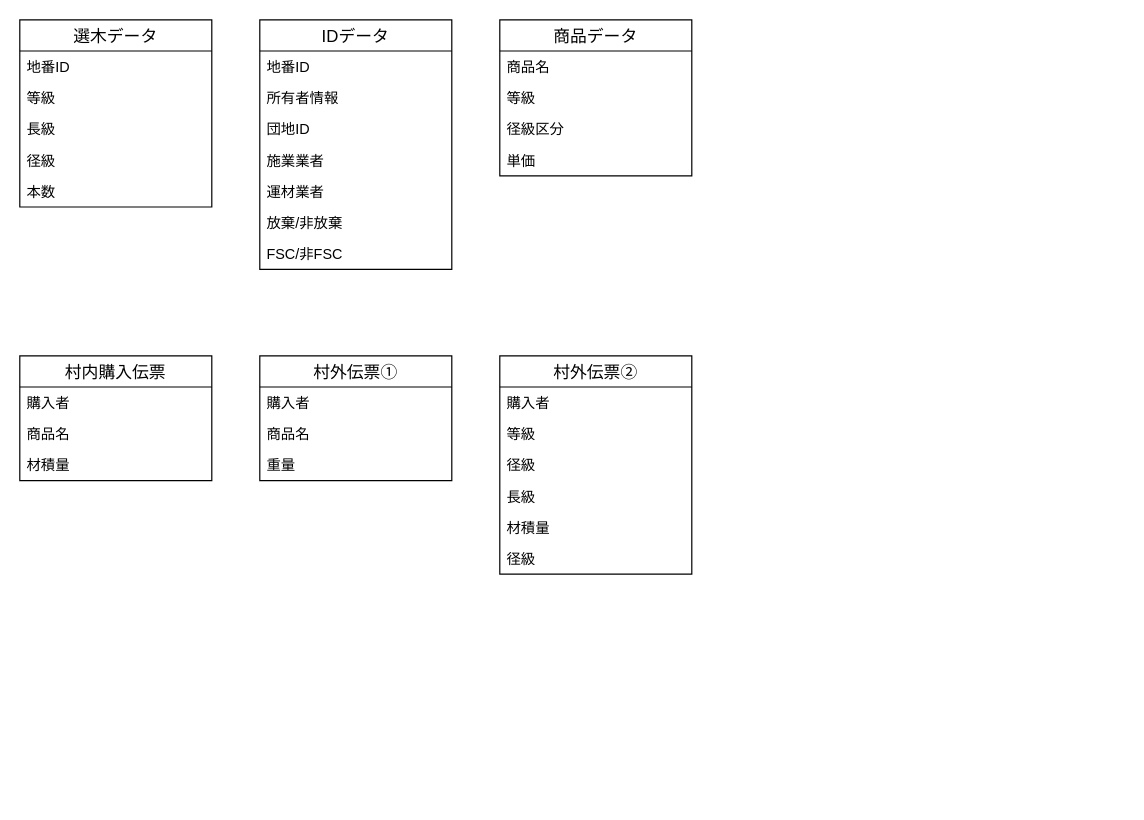
Earlier version of the draw.io diagram Untitled Diagram.drawio (tabatasunao/monthlyreports). Source tidied: cells renumbered, new cells numbered last; positions are measured from the earlier drawing's top-left corner, leaving out a move shared by most shapes. Both pictures are drawn from the tidied source at 120%, with x=0, y=0 at pixel (19, 19).
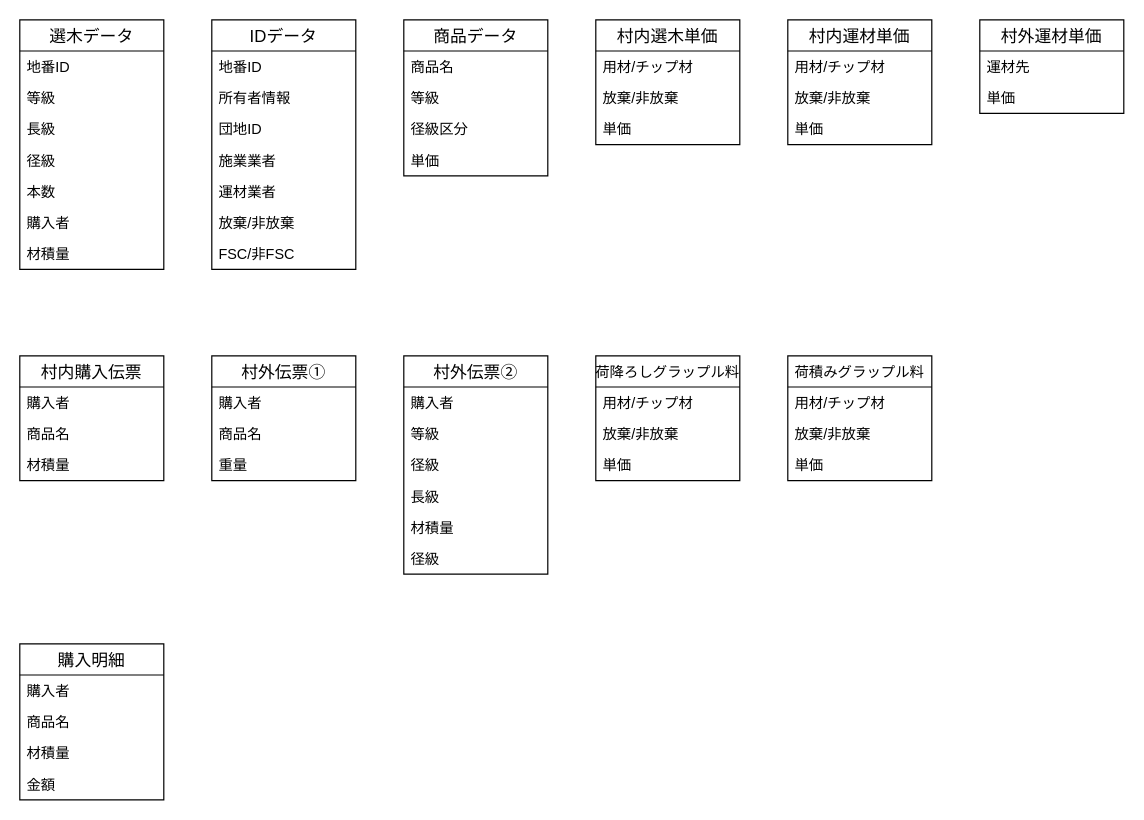
The same page after the edit.

Diff of the diagram source:
```diff
@@
     <mxCell id="2" value="選木データ" style="swimlane;fontStyle=0;horizontal=1;startSize=26;align=center;fontSize=14;" parent="1" vertex="1">
-      <mxGeometry width="160" height="156" as="geometry" />
+      <mxGeometry width="120" height="208" as="geometry" />
     </mxCell>
     <mxCell id="3" value="地番ID" style="text;strokeColor=none;fillColor=none;spacingLeft=4;spacingRight=4;overflow=hidden;fontSize=12;" parent="2" vertex="1">
-      <mxGeometry y="26" width="160" height="26" as="geometry" />
+      <mxGeometry y="26" width="120" height="26" as="geometry" />
     </mxCell>
     <mxCell id="4" value="等級" style="text;strokeColor=none;fillColor=none;spacingLeft=4;spacingRight=4;overflow=hidden;fontSize=12;" parent="2" vertex="1">
-      <mxGeometry y="52" width="160" height="26" as="geometry" />
+      <mxGeometry y="52" width="120" height="26" as="geometry" />
     </mxCell>
     <mxCell id="5" value="長級" style="text;strokeColor=none;fillColor=none;spacingLeft=4;spacingRight=4;overflow=hidden;fontSize=12;" parent="2" vertex="1">
-      <mxGeometry y="78" width="160" height="26" as="geometry" />
+      <mxGeometry y="78" width="120" height="26" as="geometry" />
     </mxCell>
     <mxCell id="6" value="径級" style="text;strokeColor=none;fillColor=none;spacingLeft=4;spacingRight=4;overflow=hidden;fontSize=12;" parent="2" vertex="1">
-      <mxGeometry y="104" width="160" height="26" as="geometry" />
+      <mxGeometry y="104" width="120" height="26" as="geometry" />
     </mxCell>
+    <mxCell id="36" value="本数" style="text;strokeColor=none;fillColor=none;spacingLeft=4;spacingRight=4;overflow=hidden;fontSize=12;" parent="2" vertex="1">
+      <mxGeometry y="130" width="120" height="26" as="geometry" />
+    </mxCell>
+    <mxCell id="37" value="購入者" style="text;strokeColor=none;fillColor=none;spacingLeft=4;spacingRight=4;overflow=hidden;fontSize=12;" parent="2" vertex="1">
+      <mxGeometry y="156" width="120" height="26" as="geometry" />
+    </mxCell>
-    <mxCell id="7" value="本数" style="text;strokeColor=none;fillColor=none;spacingLeft=4;spacingRight=4;overflow=hidden;fontSize=12;" parent="2" vertex="1">
-      <mxGeometry y="130" width="160" height="26" as="geometry" />
+    <mxCell id="7" value="材積量" style="text;strokeColor=none;fillColor=none;spacingLeft=4;spacingRight=4;overflow=hidden;fontSize=12;" parent="2" vertex="1">
+      <mxGeometry y="182" width="120" height="26" as="geometry" />
     </mxCell>
+    <mxCell id="21" value="村内購入伝票" style="swimlane;fontStyle=0;horizontal=1;startSize=26;align=center;fontSize=14;" parent="1" vertex="1">
+      <mxGeometry y="280" width="120" height="104" as="geometry" />
+    </mxCell>
+    <mxCell id="22" value="購入者" style="text;strokeColor=none;fillColor=none;spacingLeft=4;spacingRight=4;overflow=hidden;fontSize=12;" parent="21" vertex="1">
+      <mxGeometry y="26" width="120" height="26" as="geometry" />
+    </mxCell>
+    <mxCell id="23" value="商品名" style="text;strokeColor=none;fillColor=none;spacingLeft=4;spacingRight=4;overflow=hidden;fontSize=12;" parent="21" vertex="1">
+      <mxGeometry y="52" width="120" height="26" as="geometry" />
+    </mxCell>
+    <mxCell id="24" value="材積量" style="text;strokeColor=none;fillColor=none;spacingLeft=4;spacingRight=4;overflow=hidden;fontSize=12;" parent="21" vertex="1">
+      <mxGeometry y="78" width="120" height="26" as="geometry" />
+    </mxCell>
     <mxCell id="8" value="IDデータ" style="swimlane;fontStyle=0;horizontal=1;startSize=26;align=center;fontSize=14;" parent="1" vertex="1">
-      <mxGeometry x="200" width="160" height="208" as="geometry" />
+      <mxGeometry x="160" width="120" height="208" as="geometry" />
     </mxCell>
     <mxCell id="9" value="地番ID" style="text;strokeColor=none;fillColor=none;spacingLeft=4;spacingRight=4;overflow=hidden;fontSize=12;" parent="8" vertex="1">
-      <mxGeometry y="26" width="160" height="26" as="geometry" />
+      <mxGeometry y="26" width="120" height="26" as="geometry" />
     </mxCell>
     <mxCell id="10" value="所有者情報" style="text;strokeColor=none;fillColor=none;spacingLeft=4;spacingRight=4;overflow=hidden;fontSize=12;" parent="8" vertex="1">
-      <mxGeometry y="52" width="160" height="26" as="geometry" />
+      <mxGeometry y="52" width="120" height="26" as="geometry" />
     </mxCell>
     <mxCell id="11" value="団地ID" style="text;strokeColor=none;fillColor=none;spacingLeft=4;spacingRight=4;overflow=hidden;fontSize=12;" parent="8" vertex="1">
-      <mxGeometry y="78" width="160" height="26" as="geometry" />
+      <mxGeometry y="78" width="120" height="26" as="geometry" />
     </mxCell>
     <mxCell id="12" value="施業業者" style="text;strokeColor=none;fillColor=none;spacingLeft=4;spacingRight=4;overflow=hidden;fontSize=12;" parent="8" vertex="1">
-      <mxGeometry y="104" width="160" height="26" as="geometry" />
+      <mxGeometry y="104" width="120" height="26" as="geometry" />
     </mxCell>
     <mxCell id="13" value="運材業者" style="text;strokeColor=none;fillColor=none;spacingLeft=4;spacingRight=4;overflow=hidden;fontSize=12;" parent="8" vertex="1">
-      <mxGeometry y="130" width="160" height="26" as="geometry" />
+      <mxGeometry y="130" width="120" height="26" as="geometry" />
     </mxCell>
     <mxCell id="14" value="放棄/非放棄" style="text;strokeColor=none;fillColor=none;spacingLeft=4;spacingRight=4;overflow=hidden;fontSize=12;" parent="8" vertex="1">
-      <mxGeometry y="156" width="160" height="26" as="geometry" />
+      <mxGeometry y="156" width="120" height="26" as="geometry" />
     </mxCell>
     <mxCell id="15" value="FSC/非FSC" style="text;strokeColor=none;fillColor=none;spacingLeft=4;spacingRight=4;overflow=hidden;fontSize=12;" parent="8" vertex="1">
-      <mxGeometry y="182" width="160" height="26" as="geometry" />
+      <mxGeometry y="182" width="120" height="26" as="geometry" />
     </mxCell>
+    <mxCell id="25" value="村外伝票①" style="swimlane;fontStyle=0;horizontal=1;startSize=26;align=center;fontSize=14;" parent="1" vertex="1">
+      <mxGeometry x="160" y="280" width="120" height="104" as="geometry" />
+    </mxCell>
+    <mxCell id="26" value="購入者" style="text;strokeColor=none;fillColor=none;spacingLeft=4;spacingRight=4;overflow=hidden;fontSize=12;" parent="25" vertex="1">
+      <mxGeometry y="26" width="120" height="26" as="geometry" />
+    </mxCell>
+    <mxCell id="27" value="商品名" style="text;strokeColor=none;fillColor=none;spacingLeft=4;spacingRight=4;overflow=hidden;fontSize=12;" parent="25" vertex="1">
+      <mxGeometry y="52" width="120" height="26" as="geometry" />
+    </mxCell>
+    <mxCell id="28" value="重量" style="text;strokeColor=none;fillColor=none;spacingLeft=4;spacingRight=4;overflow=hidden;fontSize=12;" parent="25" vertex="1">
+      <mxGeometry y="78" width="120" height="26" as="geometry" />
+    </mxCell>
     <mxCell id="16" value="商品データ" style="swimlane;fontStyle=0;horizontal=1;startSize=26;align=center;fontSize=14;" parent="1" vertex="1">
-      <mxGeometry x="400" width="160" height="130" as="geometry" />
+      <mxGeometry x="320" width="120" height="130" as="geometry" />
     </mxCell>
     <mxCell id="17" value="商品名" style="text;strokeColor=none;fillColor=none;spacingLeft=4;spacingRight=4;overflow=hidden;fontSize=12;" parent="16" vertex="1">
-      <mxGeometry y="26" width="160" height="26" as="geometry" />
+      <mxGeometry y="26" width="120" height="26" as="geometry" />
     </mxCell>
     <mxCell id="18" value="等級" style="text;strokeColor=none;fillColor=none;spacingLeft=4;spacingRight=4;overflow=hidden;fontSize=12;" parent="16" vertex="1">
-      <mxGeometry y="52" width="160" height="26" as="geometry" />
+      <mxGeometry y="52" width="120" height="26" as="geometry" />
     </mxCell>
     <mxCell id="19" value="径級区分" style="text;strokeColor=none;fillColor=none;spacingLeft=4;spacingRight=4;overflow=hidden;fontSize=12;" parent="16" vertex="1">
-      <mxGeometry y="78" width="160" height="26" as="geometry" />
+      <mxGeometry y="78" width="120" height="26" as="geometry" />
     </mxCell>
     <mxCell id="20" value="単価" style="text;strokeColor=none;fillColor=none;spacingLeft=4;spacingRight=4;overflow=hidden;fontSize=12;" parent="16" vertex="1">
-      <mxGeometry y="104" width="160" height="26" as="geometry" />
+      <mxGeometry y="104" width="120" height="26" as="geometry" />
     </mxCell>
-    <mxCell id="21" value="村内購入伝票" style="swimlane;fontStyle=0;horizontal=1;startSize=26;align=center;fontSize=14;" parent="1" vertex="1">
-      <mxGeometry y="280" width="160" height="104" as="geometry" />
-    </mxCell>
-    <mxCell id="22" value="購入者" style="text;strokeColor=none;fillColor=none;spacingLeft=4;spacingRight=4;overflow=hidden;fontSize=12;" parent="21" vertex="1">
-      <mxGeometry y="26" width="160" height="26" as="geometry" />
-    </mxCell>
-    <mxCell id="23" value="商品名" style="text;strokeColor=none;fillColor=none;spacingLeft=4;spacingRight=4;overflow=hidden;fontSize=12;" parent="21" vertex="1">
-      <mxGeometry y="52" width="160" height="26" as="geometry" />
-    </mxCell>
-    <mxCell id="24" value="材積量" style="text;strokeColor=none;fillColor=none;spacingLeft=4;spacingRight=4;overflow=hidden;fontSize=12;" parent="21" vertex="1">
-      <mxGeometry y="78" width="160" height="26" as="geometry" />
-    </mxCell>
-    <mxCell id="25" value="村外伝票①" style="swimlane;fontStyle=0;horizontal=1;startSize=26;align=center;fontSize=14;" parent="1" vertex="1">
-      <mxGeometry x="200" y="280" width="160" height="104" as="geometry" />
-    </mxCell>
-    <mxCell id="26" value="購入者" style="text;strokeColor=none;fillColor=none;spacingLeft=4;spacingRight=4;overflow=hidden;fontSize=12;" parent="25" vertex="1">
-      <mxGeometry y="26" width="160" height="26" as="geometry" />
-    </mxCell>
-    <mxCell id="27" value="商品名" style="text;strokeColor=none;fillColor=none;spacingLeft=4;spacingRight=4;overflow=hidden;fontSize=12;" parent="25" vertex="1">
-      <mxGeometry y="52" width="160" height="26" as="geometry" />
-    </mxCell>
-    <mxCell id="28" value="重量" style="text;strokeColor=none;fillColor=none;spacingLeft=4;spacingRight=4;overflow=hidden;fontSize=12;" parent="25" vertex="1">
-      <mxGeometry y="78" width="160" height="26" as="geometry" />
-    </mxCell>
     <mxCell id="29" value="村外伝票②" style="swimlane;fontStyle=0;horizontal=1;startSize=26;align=center;fontSize=14;" parent="1" vertex="1">
-      <mxGeometry x="400" y="280" width="160" height="182" as="geometry" />
+      <mxGeometry x="320" y="280" width="120" height="182" as="geometry" />
     </mxCell>
     <mxCell id="30" value="購入者" style="text;strokeColor=none;fillColor=none;spacingLeft=4;spacingRight=4;overflow=hidden;fontSize=12;" parent="29" vertex="1">
-      <mxGeometry y="26" width="160" height="26" as="geometry" />
+      <mxGeometry y="26" width="120" height="26" as="geometry" />
     </mxCell>
     <mxCell id="31" value="等級" style="text;strokeColor=none;fillColor=none;spacingLeft=4;spacingRight=4;overflow=hidden;fontSize=12;" parent="29" vertex="1">
-      <mxGeometry y="52" width="160" height="26" as="geometry" />
+      <mxGeometry y="52" width="120" height="26" as="geometry" />
     </mxCell>
     <mxCell id="32" value="径級" style="text;strokeColor=none;fillColor=none;spacingLeft=4;spacingRight=4;overflow=hidden;fontSize=12;" parent="29" vertex="1">
-      <mxGeometry y="78" width="160" height="26" as="geometry" />
+      <mxGeometry y="78" width="120" height="26" as="geometry" />
     </mxCell>
     <mxCell id="33" value="長級" style="text;strokeColor=none;fillColor=none;spacingLeft=4;spacingRight=4;overflow=hidden;fontSize=12;" parent="29" vertex="1">
-      <mxGeometry y="104" width="160" height="26" as="geometry" />
+      <mxGeometry y="104" width="120" height="26" as="geometry" />
     </mxCell>
     <mxCell id="34" value="材積量" style="text;strokeColor=none;fillColor=none;spacingLeft=4;spacingRight=4;overflow=hidden;fontSize=12;" parent="29" vertex="1">
-      <mxGeometry y="130" width="160" height="26" as="geometry" />
+      <mxGeometry y="130" width="120" height="26" as="geometry" />
     </mxCell>
     <mxCell id="35" value="径級" style="text;strokeColor=none;fillColor=none;spacingLeft=4;spacingRight=4;overflow=hidden;fontSize=12;" parent="29" vertex="1">
-      <mxGeometry y="156" width="160" height="26" as="geometry" />
+      <mxGeometry y="156" width="120" height="26" as="geometry" />
     </mxCell>
+    <mxCell id="38" value="村内選木単価" style="swimlane;fontStyle=0;horizontal=1;startSize=26;align=center;fontSize=14;" parent="1" vertex="1">
+      <mxGeometry x="480" width="120" height="104" as="geometry" />
+    </mxCell>
+    <mxCell id="39" value="用材/チップ材" style="text;strokeColor=none;fillColor=none;spacingLeft=4;spacingRight=4;overflow=hidden;fontSize=12;" parent="38" vertex="1">
+      <mxGeometry y="26" width="120" height="26" as="geometry" />
+    </mxCell>
+    <mxCell id="40" value="放棄/非放棄" style="text;strokeColor=none;fillColor=none;spacingLeft=4;spacingRight=4;overflow=hidden;fontSize=12;" parent="38" vertex="1">
+      <mxGeometry y="52" width="120" height="26" as="geometry" />
+    </mxCell>
+    <mxCell id="41" value="単価" style="text;strokeColor=none;fillColor=none;spacingLeft=4;spacingRight=4;overflow=hidden;fontSize=12;" parent="38" vertex="1">
+      <mxGeometry y="78" width="120" height="26" as="geometry" />
+    </mxCell>
+    <mxCell id="42" value="村内運材単価" style="swimlane;fontStyle=0;horizontal=1;startSize=26;align=center;fontSize=14;" parent="1" vertex="1">
+      <mxGeometry x="640" width="120" height="104" as="geometry" />
+    </mxCell>
+    <mxCell id="43" value="用材/チップ材" style="text;strokeColor=none;fillColor=none;spacingLeft=4;spacingRight=4;overflow=hidden;fontSize=12;" parent="42" vertex="1">
+      <mxGeometry y="26" width="120" height="26" as="geometry" />
+    </mxCell>
+    <mxCell id="44" value="放棄/非放棄" style="text;strokeColor=none;fillColor=none;spacingLeft=4;spacingRight=4;overflow=hidden;fontSize=12;" parent="42" vertex="1">
+      <mxGeometry y="52" width="120" height="26" as="geometry" />
+    </mxCell>
+    <mxCell id="45" value="単価" style="text;strokeColor=none;fillColor=none;spacingLeft=4;spacingRight=4;overflow=hidden;fontSize=12;" parent="42" vertex="1">
+      <mxGeometry y="78" width="120" height="26" as="geometry" />
+    </mxCell>
+    <mxCell id="46" value="村外運材単価" style="swimlane;fontStyle=0;horizontal=1;startSize=26;align=center;fontSize=14;" parent="1" vertex="1">
+      <mxGeometry x="800" width="120" height="78" as="geometry" />
+    </mxCell>
+    <mxCell id="47" value="運材先" style="text;strokeColor=none;fillColor=none;spacingLeft=4;spacingRight=4;overflow=hidden;fontSize=12;" parent="46" vertex="1">
+      <mxGeometry y="26" width="120" height="26" as="geometry" />
+    </mxCell>
+    <mxCell id="48" value="単価" style="text;strokeColor=none;fillColor=none;spacingLeft=4;spacingRight=4;overflow=hidden;fontSize=12;" parent="46" vertex="1">
+      <mxGeometry y="52" width="120" height="26" as="geometry" />
+    </mxCell>
+    <mxCell id="49" value="荷降ろしグラップル料" style="swimlane;fontStyle=0;horizontal=1;startSize=26;align=center;fontSize=12;spacing=2;" parent="1" vertex="1">
+      <mxGeometry x="480" y="280" width="120" height="104" as="geometry" />
+    </mxCell>
+    <mxCell id="50" value="用材/チップ材" style="text;strokeColor=none;fillColor=none;spacingLeft=4;spacingRight=4;overflow=hidden;fontSize=12;" parent="49" vertex="1">
+      <mxGeometry y="26" width="120" height="26" as="geometry" />
+    </mxCell>
+    <mxCell id="51" value="放棄/非放棄" style="text;strokeColor=none;fillColor=none;spacingLeft=4;spacingRight=4;overflow=hidden;fontSize=12;" parent="49" vertex="1">
+      <mxGeometry y="52" width="120" height="26" as="geometry" />
+    </mxCell>
+    <mxCell id="52" value="単価" style="text;strokeColor=none;fillColor=none;spacingLeft=4;spacingRight=4;overflow=hidden;fontSize=12;" parent="49" vertex="1">
+      <mxGeometry y="78" width="120" height="26" as="geometry" />
+    </mxCell>
+    <mxCell id="53" value="荷積みグラップル料" style="swimlane;fontStyle=0;horizontal=1;startSize=26;align=center;fontSize=12;spacing=2;" parent="1" vertex="1">
+      <mxGeometry x="640" y="280" width="120" height="104" as="geometry" />
+    </mxCell>
+    <mxCell id="54" value="用材/チップ材" style="text;strokeColor=none;fillColor=none;spacingLeft=4;spacingRight=4;overflow=hidden;fontSize=12;" parent="53" vertex="1">
+      <mxGeometry y="26" width="120" height="26" as="geometry" />
+    </mxCell>
+    <mxCell id="55" value="放棄/非放棄" style="text;strokeColor=none;fillColor=none;spacingLeft=4;spacingRight=4;overflow=hidden;fontSize=12;" parent="53" vertex="1">
+      <mxGeometry y="52" width="120" height="26" as="geometry" />
+    </mxCell>
+    <mxCell id="56" value="単価" style="text;strokeColor=none;fillColor=none;spacingLeft=4;spacingRight=4;overflow=hidden;fontSize=12;" parent="53" vertex="1">
+      <mxGeometry y="78" width="120" height="26" as="geometry" />
+    </mxCell>
+    <mxCell id="57" value="購入明細" style="swimlane;fontStyle=0;horizontal=1;startSize=26;align=center;fontSize=14;" parent="1" vertex="1">
+      <mxGeometry y="520" width="120" height="130" as="geometry" />
+    </mxCell>
+    <mxCell id="58" value="購入者" style="text;strokeColor=none;fillColor=none;spacingLeft=4;spacingRight=4;overflow=hidden;fontSize=12;" parent="57" vertex="1">
+      <mxGeometry y="26" width="120" height="26" as="geometry" />
+    </mxCell>
+    <mxCell id="59" value="商品名" style="text;strokeColor=none;fillColor=none;spacingLeft=4;spacingRight=4;overflow=hidden;fontSize=12;" parent="57" vertex="1">
+      <mxGeometry y="52" width="120" height="26" as="geometry" />
+    </mxCell>
+    <mxCell id="60" value="材積量" style="text;strokeColor=none;fillColor=none;spacingLeft=4;spacingRight=4;overflow=hidden;fontSize=12;" parent="57" vertex="1">
+      <mxGeometry y="78" width="120" height="26" as="geometry" />
+    </mxCell>
+    <mxCell id="61" value="金額" style="text;strokeColor=none;fillColor=none;spacingLeft=4;spacingRight=4;overflow=hidden;fontSize=12;" parent="57" vertex="1">
+      <mxGeometry y="104" width="120" height="26" as="geometry" />
+    </mxCell>
```
